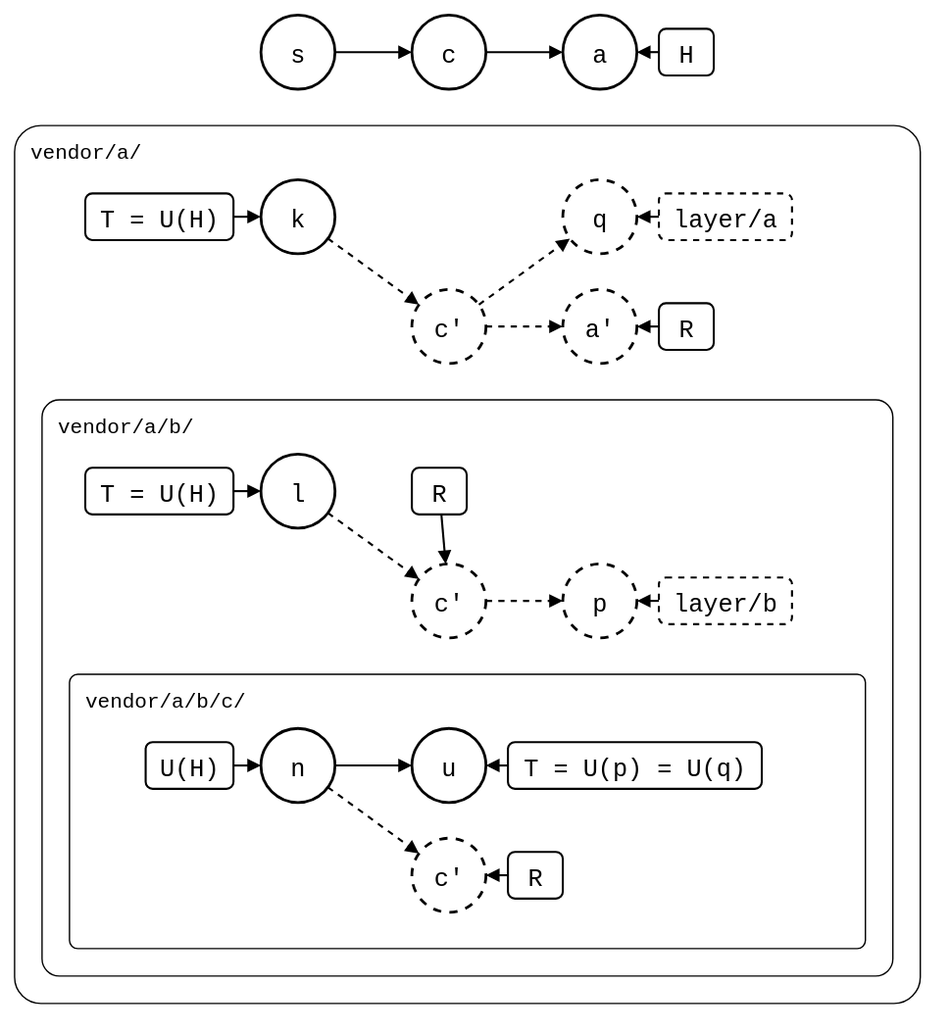
Earlier version of the draw.io export docs/09-scenarios/05-nested-splices/01-nested-splices/02-three-levels/levels-monorepo-moved-on.drawio.svg (roschaefer/git-splice). Source tidied: cells renumbered, new cells last; positions are measured from the earlier drawing's top-left corner, leaving out a move shared by most shapes. Source of this version:
```xml
<mxGraphModel background="#ffffff">
  <root>
    <mxCell id="0" />
    <mxCell id="1" parent="0" />
    <mxCell id="2" value="vendor/a/" style="rounded=1;arcSize=3;fillColor=none;strokeWidth=1;fontSize=15;verticalAlign=top;align=left;spacingLeft=10;spacingTop=4;fontFamily=Roboto Mono,monospace;" parent="1" vertex="1">
      <mxGeometry y="80" width="660" height="640" as="geometry" />
    </mxCell>
    <mxCell id="3" value="vendor/a/b/" style="rounded=1;arcSize=3;fillColor=none;strokeWidth=1;fontSize=15;verticalAlign=top;align=left;spacingLeft=10;spacingTop=4;fontFamily=Roboto Mono,monospace;" parent="1" vertex="1">
      <mxGeometry x="20" y="280" width="620" height="420" as="geometry" />
    </mxCell>
    <mxCell id="4" value="vendor/a/b/c/" style="rounded=1;arcSize=3;fillColor=none;strokeWidth=1;fontSize=15;verticalAlign=top;align=left;spacingLeft=10;spacingTop=4;fontFamily=Roboto Mono,monospace;" parent="1" vertex="1">
      <mxGeometry x="40" y="480" width="580" height="200" as="geometry" />
    </mxCell>
    <mxCell id="5" value="s" style="ellipse;strokeWidth=2;fontSize=18;fontFamily=Roboto Mono,monospace;" parent="1" vertex="1">
      <mxGeometry x="180" width="54" height="54" as="geometry" />
    </mxCell>
    <mxCell id="6" value="c" style="ellipse;strokeWidth=2;fontSize=18;fontFamily=Roboto Mono,monospace;" parent="1" vertex="1">
      <mxGeometry x="290" width="54" height="54" as="geometry" />
    </mxCell>
    <mxCell id="7" style="endArrow=block;endFill=1;html=1;strokeWidth=1.5;rounded=0;" parent="1" edge="1" source="5" target="6">
      <mxGeometry relative="1" as="geometry" />
    </mxCell>
    <mxCell id="8" value="a" style="ellipse;strokeWidth=2;fontSize=18;fontFamily=Roboto Mono,monospace;" parent="1" vertex="1">
      <mxGeometry x="400" width="54" height="54" as="geometry" />
    </mxCell>
    <mxCell id="9" style="endArrow=block;endFill=1;html=1;strokeWidth=1.5;rounded=0;" parent="1" edge="1" source="6" target="8">
      <mxGeometry relative="1" as="geometry" />
    </mxCell>
    <mxCell id="10" value="H" style="rounded=1;strokeWidth=1.5;fontSize=18;fontFamily=Roboto Mono,monospace;" parent="1" vertex="1">
      <mxGeometry x="470" y="10" width="40" height="34" as="geometry" />
    </mxCell>
    <mxCell id="11" style="endArrow=block;endFill=1;html=1;strokeWidth=1.5;rounded=0;" parent="1" edge="1" source="10" target="8">
      <mxGeometry relative="1" as="geometry" />
    </mxCell>
    <mxCell id="12" value="k" style="ellipse;strokeWidth=2;fontSize=18;fontFamily=Roboto Mono,monospace;" parent="1" vertex="1">
      <mxGeometry x="180" y="120" width="54" height="54" as="geometry" />
    </mxCell>
    <mxCell id="13" value="c'" style="ellipse;strokeWidth=2;fontSize=18;fontFamily=Roboto Mono,monospace;dashed=1;" parent="1" vertex="1">
      <mxGeometry x="290" y="200" width="54" height="54" as="geometry" />
    </mxCell>
    <mxCell id="14" style="endArrow=block;endFill=1;html=1;strokeWidth=1.5;rounded=0;dashed=1;" parent="1" edge="1" source="12" target="13">
      <mxGeometry relative="1" as="geometry" />
    </mxCell>
    <mxCell id="15" value="l" style="ellipse;strokeWidth=2;fontSize=18;fontFamily=Roboto Mono,monospace;" parent="1" vertex="1">
      <mxGeometry x="180" y="320" width="54" height="54" as="geometry" />
    </mxCell>
    <mxCell id="16" value="c'" style="ellipse;strokeWidth=2;fontSize=18;fontFamily=Roboto Mono,monospace;dashed=1;" parent="1" vertex="1">
      <mxGeometry x="290" y="400" width="54" height="54" as="geometry" />
    </mxCell>
    <mxCell id="17" style="endArrow=block;endFill=1;html=1;strokeWidth=1.5;rounded=0;dashed=1;" parent="1" edge="1" source="15" target="16">
      <mxGeometry relative="1" as="geometry" />
    </mxCell>
    <mxCell id="18" value="n" style="ellipse;strokeWidth=2;fontSize=18;fontFamily=Roboto Mono,monospace;" parent="1" vertex="1">
      <mxGeometry x="180" y="520" width="54" height="54" as="geometry" />
    </mxCell>
    <mxCell id="19" value="u" style="ellipse;strokeWidth=2;fontSize=18;fontFamily=Roboto Mono,monospace;" parent="1" vertex="1">
      <mxGeometry x="290" y="520" width="54" height="54" as="geometry" />
    </mxCell>
    <mxCell id="20" style="endArrow=block;endFill=1;html=1;strokeWidth=1.5;rounded=0;" parent="1" edge="1" source="18" target="19">
      <mxGeometry relative="1" as="geometry" />
    </mxCell>
    <mxCell id="21" value="c'" style="ellipse;strokeWidth=2;fontSize=18;fontFamily=Roboto Mono,monospace;dashed=1;" parent="1" vertex="1">
      <mxGeometry x="290" y="600" width="54" height="54" as="geometry" />
    </mxCell>
    <mxCell id="22" style="endArrow=block;endFill=1;html=1;strokeWidth=1.5;rounded=0;dashed=1;" parent="1" edge="1" source="18" target="21">
      <mxGeometry relative="1" as="geometry" />
    </mxCell>
    <mxCell id="23" value="T = U(H)" style="rounded=1;strokeWidth=1.5;fontSize=18;fontFamily=Roboto Mono,monospace;" parent="1" vertex="1">
      <mxGeometry x="52" y="130" width="108" height="34" as="geometry" />
    </mxCell>
    <mxCell id="24" style="endArrow=block;endFill=1;html=1;strokeWidth=1.5;rounded=0;" parent="1" edge="1" source="23" target="12">
      <mxGeometry relative="1" as="geometry" />
    </mxCell>
    <mxCell id="25" value="T = U(H)" style="rounded=1;strokeWidth=1.5;fontSize=18;fontFamily=Roboto Mono,monospace;" parent="1" vertex="1">
      <mxGeometry x="52" y="330" width="108" height="34" as="geometry" />
    </mxCell>
    <mxCell id="26" style="endArrow=block;endFill=1;html=1;strokeWidth=1.5;rounded=0;" parent="1" edge="1" source="25" target="15">
      <mxGeometry relative="1" as="geometry" />
    </mxCell>
    <mxCell id="27" value="U(H)" style="rounded=1;strokeWidth=1.5;fontSize=18;fontFamily=Roboto Mono,monospace;" parent="1" vertex="1">
      <mxGeometry x="96" y="530" width="64" height="34" as="geometry" />
    </mxCell>
    <mxCell id="28" style="endArrow=block;endFill=1;html=1;strokeWidth=1.5;rounded=0;" parent="1" edge="1" source="27" target="18">
      <mxGeometry relative="1" as="geometry" />
    </mxCell>
    <mxCell id="29" value="p" style="ellipse;strokeWidth=2;fontSize=18;fontFamily=Roboto Mono,monospace;dashed=1;" parent="1" vertex="1">
      <mxGeometry x="400" y="400" width="54" height="54" as="geometry" />
    </mxCell>
    <mxCell id="30" style="endArrow=block;endFill=1;html=1;strokeWidth=1.5;rounded=0;dashed=1;" parent="1" edge="1" source="16" target="29">
      <mxGeometry relative="1" as="geometry" />
    </mxCell>
    <mxCell id="31" value="q" style="ellipse;strokeWidth=2;fontSize=18;fontFamily=Roboto Mono,monospace;dashed=1;" parent="1" vertex="1">
      <mxGeometry x="400" y="120" width="54" height="54" as="geometry" />
    </mxCell>
    <mxCell id="32" style="endArrow=block;endFill=1;html=1;strokeWidth=1.5;rounded=0;dashed=1;" parent="1" edge="1" source="13" target="31">
      <mxGeometry relative="1" as="geometry" />
    </mxCell>
    <mxCell id="33" value="a'" style="ellipse;strokeWidth=2;fontSize=18;fontFamily=Roboto Mono,monospace;dashed=1;" parent="1" vertex="1">
      <mxGeometry x="400" y="200" width="54" height="54" as="geometry" />
    </mxCell>
    <mxCell id="34" style="endArrow=block;endFill=1;html=1;strokeWidth=1.5;rounded=0;dashed=1;" parent="1" edge="1" source="13" target="33">
      <mxGeometry relative="1" as="geometry" />
    </mxCell>
    <mxCell id="35" value="R" style="rounded=1;strokeWidth=1.5;fontSize=18;fontFamily=Roboto Mono,monospace;" parent="1" vertex="1">
      <mxGeometry x="470" y="210" width="40" height="34" as="geometry" />
    </mxCell>
    <mxCell id="36" style="endArrow=block;endFill=1;html=1;strokeWidth=1.5;rounded=0;" parent="1" edge="1" source="35" target="33">
      <mxGeometry relative="1" as="geometry" />
    </mxCell>
    <mxCell id="37" value="layer/a" style="rounded=1;strokeWidth=1.5;fontSize=18;fontFamily=Roboto Mono,monospace;dashed=1;" parent="1" vertex="1">
      <mxGeometry x="470" y="130" width="97" height="34" as="geometry" />
    </mxCell>
    <mxCell id="38" style="endArrow=block;endFill=1;html=1;strokeWidth=1.5;rounded=0;" parent="1" edge="1" source="37" target="31">
      <mxGeometry relative="1" as="geometry" />
    </mxCell>
    <mxCell id="39" value="R" style="rounded=1;strokeWidth=1.5;fontSize=18;fontFamily=Roboto Mono,monospace;" parent="1" vertex="1">
      <mxGeometry x="290" y="330" width="40" height="34" as="geometry" />
    </mxCell>
    <mxCell id="40" style="endArrow=block;endFill=1;html=1;strokeWidth=1.5;rounded=0;" parent="1" edge="1" source="39" target="16">
      <mxGeometry relative="1" as="geometry" />
    </mxCell>
    <mxCell id="41" value="layer/b" style="rounded=1;strokeWidth=1.5;fontSize=18;fontFamily=Roboto Mono,monospace;dashed=1;" parent="1" vertex="1">
      <mxGeometry x="470" y="410" width="97" height="34" as="geometry" />
    </mxCell>
    <mxCell id="42" style="endArrow=block;endFill=1;html=1;strokeWidth=1.5;rounded=0;" parent="1" edge="1" source="41" target="29">
      <mxGeometry relative="1" as="geometry" />
    </mxCell>
    <mxCell id="43" value="T = U(p) = U(q)" style="rounded=1;strokeWidth=1.5;fontSize=18;fontFamily=Roboto Mono,monospace;" parent="1" vertex="1">
      <mxGeometry x="360" y="530" width="185" height="34" as="geometry" />
    </mxCell>
    <mxCell id="44" style="endArrow=block;endFill=1;html=1;strokeWidth=1.5;rounded=0;" parent="1" edge="1" source="43" target="19">
      <mxGeometry relative="1" as="geometry" />
    </mxCell>
    <mxCell id="45" value="R" style="rounded=1;strokeWidth=1.5;fontSize=18;fontFamily=Roboto Mono,monospace;" parent="1" vertex="1">
      <mxGeometry x="360" y="610" width="40" height="34" as="geometry" />
    </mxCell>
    <mxCell id="46" style="endArrow=block;endFill=1;html=1;strokeWidth=1.5;rounded=0;" parent="1" edge="1" source="45" target="21">
      <mxGeometry relative="1" as="geometry" />
    </mxCell>
  </root>
</mxGraphModel>
```
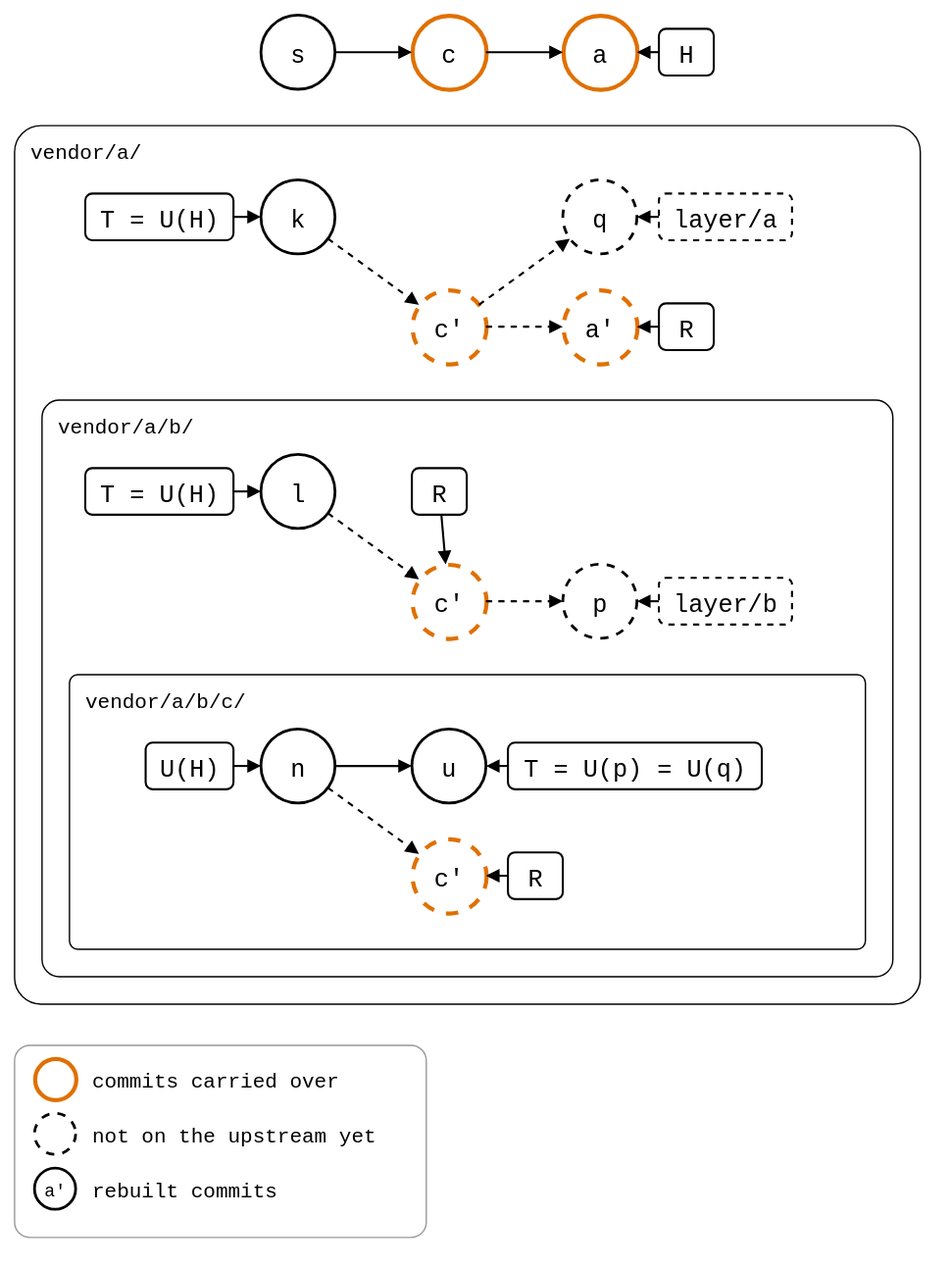
The same diagram one commit later.

The edit, as a diff of the source:
```diff
@@ -14,13 +14,13 @@
     <mxCell id="5" value="s" style="ellipse;strokeWidth=2;fontSize=18;fontFamily=Roboto Mono,monospace;" parent="1" vertex="1">
       <mxGeometry x="180" width="54" height="54" as="geometry" />
     </mxCell>
-    <mxCell id="6" value="c" style="ellipse;strokeWidth=2;fontSize=18;fontFamily=Roboto Mono,monospace;" parent="1" vertex="1">
+    <mxCell id="6" value="c" style="ellipse;strokeWidth=2;fontSize=18;fontFamily=Roboto Mono,monospace;strokeColor=#E07000;strokeWidth=3;" parent="1" vertex="1">
       <mxGeometry x="290" width="54" height="54" as="geometry" />
     </mxCell>
     <mxCell id="7" style="endArrow=block;endFill=1;html=1;strokeWidth=1.5;rounded=0;" parent="1" edge="1" source="5" target="6">
       <mxGeometry relative="1" as="geometry" />
     </mxCell>
-    <mxCell id="8" value="a" style="ellipse;strokeWidth=2;fontSize=18;fontFamily=Roboto Mono,monospace;" parent="1" vertex="1">
+    <mxCell id="8" value="a" style="ellipse;strokeWidth=2;fontSize=18;fontFamily=Roboto Mono,monospace;strokeColor=#E07000;strokeWidth=3;" parent="1" vertex="1">
       <mxGeometry x="400" width="54" height="54" as="geometry" />
     </mxCell>
     <mxCell id="9" style="endArrow=block;endFill=1;html=1;strokeWidth=1.5;rounded=0;" parent="1" edge="1" source="6" target="8">
@@ -35,7 +35,7 @@
     <mxCell id="12" value="k" style="ellipse;strokeWidth=2;fontSize=18;fontFamily=Roboto Mono,monospace;" parent="1" vertex="1">
       <mxGeometry x="180" y="120" width="54" height="54" as="geometry" />
     </mxCell>
-    <mxCell id="13" value="c'" style="ellipse;strokeWidth=2;fontSize=18;fontFamily=Roboto Mono,monospace;dashed=1;" parent="1" vertex="1">
+    <mxCell id="13" value="c'" style="ellipse;strokeWidth=2;fontSize=18;fontFamily=Roboto Mono,monospace;dashed=1;strokeColor=#E07000;strokeWidth=3;" parent="1" vertex="1">
       <mxGeometry x="290" y="200" width="54" height="54" as="geometry" />
     </mxCell>
     <mxCell id="14" style="endArrow=block;endFill=1;html=1;strokeWidth=1.5;rounded=0;dashed=1;" parent="1" edge="1" source="12" target="13">
@@ -44,7 +44,7 @@
     <mxCell id="15" value="l" style="ellipse;strokeWidth=2;fontSize=18;fontFamily=Roboto Mono,monospace;" parent="1" vertex="1">
       <mxGeometry x="180" y="320" width="54" height="54" as="geometry" />
     </mxCell>
-    <mxCell id="16" value="c'" style="ellipse;strokeWidth=2;fontSize=18;fontFamily=Roboto Mono,monospace;dashed=1;" parent="1" vertex="1">
+    <mxCell id="16" value="c'" style="ellipse;strokeWidth=2;fontSize=18;fontFamily=Roboto Mono,monospace;dashed=1;strokeColor=#E07000;strokeWidth=3;" parent="1" vertex="1">
       <mxGeometry x="290" y="400" width="54" height="54" as="geometry" />
     </mxCell>
     <mxCell id="17" style="endArrow=block;endFill=1;html=1;strokeWidth=1.5;rounded=0;dashed=1;" parent="1" edge="1" source="15" target="16">
@@ -59,7 +59,7 @@
     <mxCell id="20" style="endArrow=block;endFill=1;html=1;strokeWidth=1.5;rounded=0;" parent="1" edge="1" source="18" target="19">
       <mxGeometry relative="1" as="geometry" />
     </mxCell>
-    <mxCell id="21" value="c'" style="ellipse;strokeWidth=2;fontSize=18;fontFamily=Roboto Mono,monospace;dashed=1;" parent="1" vertex="1">
+    <mxCell id="21" value="c'" style="ellipse;strokeWidth=2;fontSize=18;fontFamily=Roboto Mono,monospace;dashed=1;strokeColor=#E07000;strokeWidth=3;" parent="1" vertex="1">
       <mxGeometry x="290" y="600" width="54" height="54" as="geometry" />
     </mxCell>
     <mxCell id="22" style="endArrow=block;endFill=1;html=1;strokeWidth=1.5;rounded=0;dashed=1;" parent="1" edge="1" source="18" target="21">
@@ -95,7 +95,7 @@
     <mxCell id="32" style="endArrow=block;endFill=1;html=1;strokeWidth=1.5;rounded=0;dashed=1;" parent="1" edge="1" source="13" target="31">
       <mxGeometry relative="1" as="geometry" />
     </mxCell>
-    <mxCell id="33" value="a'" style="ellipse;strokeWidth=2;fontSize=18;fontFamily=Roboto Mono,monospace;dashed=1;" parent="1" vertex="1">
+    <mxCell id="33" value="a'" style="ellipse;strokeWidth=2;fontSize=18;fontFamily=Roboto Mono,monospace;dashed=1;strokeColor=#E07000;strokeWidth=3;" parent="1" vertex="1">
       <mxGeometry x="400" y="200" width="54" height="54" as="geometry" />
     </mxCell>
     <mxCell id="34" style="endArrow=block;endFill=1;html=1;strokeWidth=1.5;rounded=0;dashed=1;" parent="1" edge="1" source="13" target="33">
@@ -137,5 +137,26 @@
     <mxCell id="46" style="endArrow=block;endFill=1;html=1;strokeWidth=1.5;rounded=0;" parent="1" edge="1" source="45" target="21">
       <mxGeometry relative="1" as="geometry" />
     </mxCell>
+    <mxCell id="47" style="rounded=1;arcSize=8;fillColor=none;strokeColor=#999999;strokeWidth=1;legend=1;" parent="1" vertex="1">
+      <mxGeometry y="750" width="300" height="140" as="geometry" />
+    </mxCell>
+    <mxCell id="48" style="ellipse;fontSize=13;fontFamily=Roboto Mono,monospace;strokeWidth=2;strokeColor=#E07000;strokeWidth=3;" parent="47" vertex="1">
+      <mxGeometry x="15" y="10" width="30" height="30" as="geometry" />
+    </mxCell>
+    <mxCell id="49" value="commits carried over" style="text;align=left;verticalAlign=middle;fontSize=15;fontFamily=Roboto Mono,monospace;" parent="47" vertex="1">
+      <mxGeometry x="55" y="10" width="240" height="30" as="geometry" />
+    </mxCell>
+    <mxCell id="50" style="ellipse;fontSize=13;fontFamily=Roboto Mono,monospace;strokeWidth=2;dashed=1;" parent="47" vertex="1">
+      <mxGeometry x="15" y="50" width="30" height="30" as="geometry" />
+    </mxCell>
+    <mxCell id="51" value="not on the upstream yet" style="text;align=left;verticalAlign=middle;fontSize=15;fontFamily=Roboto Mono,monospace;" parent="47" vertex="1">
+      <mxGeometry x="55" y="50" width="240" height="30" as="geometry" />
+    </mxCell>
+    <mxCell id="52" value="a'" style="ellipse;fontSize=13;fontFamily=Roboto Mono,monospace;strokeWidth=2;" parent="47" vertex="1">
+      <mxGeometry x="15" y="90" width="30" height="30" as="geometry" />
+    </mxCell>
+    <mxCell id="53" value="rebuilt commits" style="text;align=left;verticalAlign=middle;fontSize=15;fontFamily=Roboto Mono,monospace;" parent="47" vertex="1">
+      <mxGeometry x="55" y="90" width="240" height="30" as="geometry" />
+    </mxCell>
   </root>
 </mxGraphModel>
```
